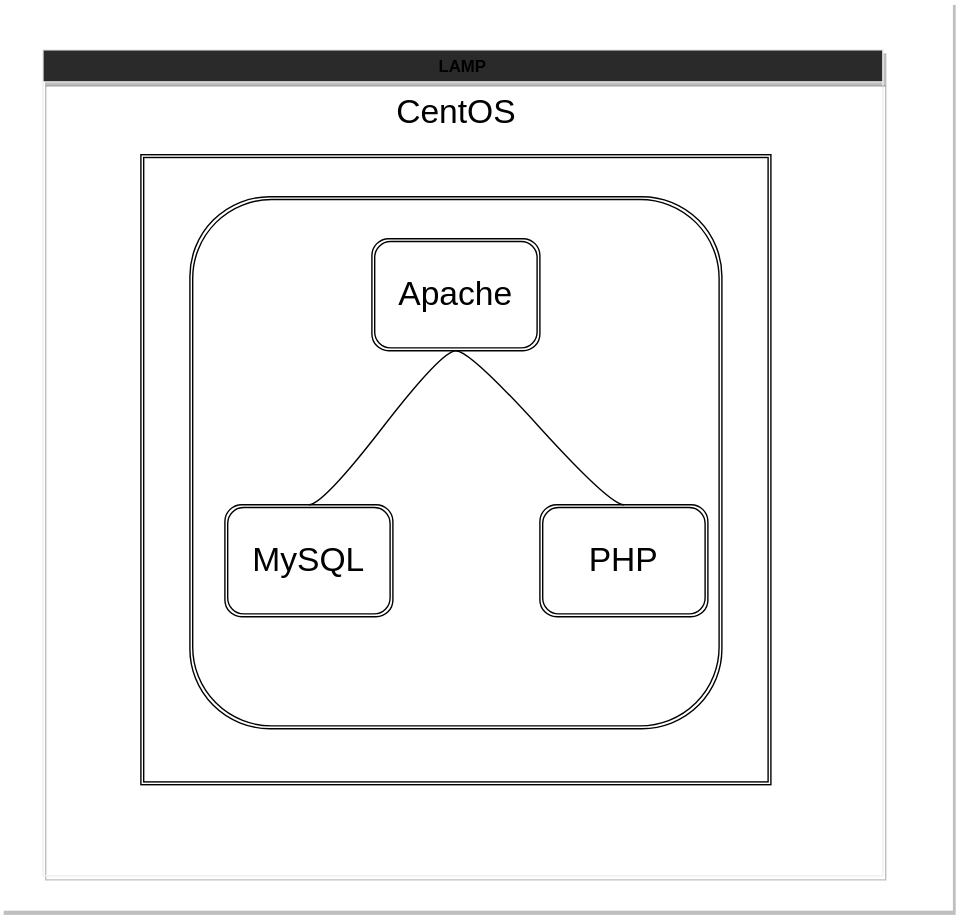
The draw.io diagram basic_server/basic_server.drawio.svg in ECCNetLab/problems, before a commit. Source tidied: cells renumbered, new cells last; positions are measured from the earlier drawing's top-left corner, leaving out a move shared by most shapes.
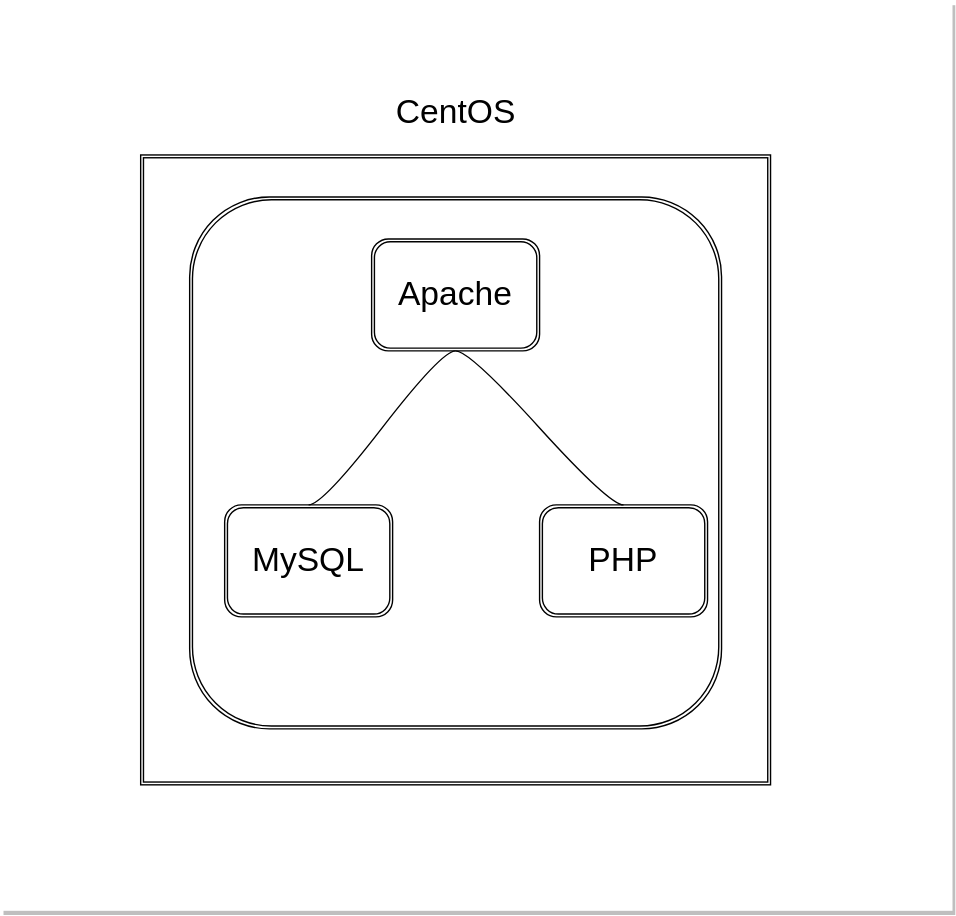
The same file after the commit.

What changed in the source:
```diff
@@ -29,8 +29,5 @@
     <mxCell id="10" style="edgeStyle=entityRelationEdgeStyle;startArrow=none;endArrow=none;segment=10;curved=1;fontSize=24;exitX=0.5;exitY=0;exitDx=0;exitDy=0;entryX=0.5;entryY=1;entryDx=0;entryDy=0;" parent="1" edge="1" source="7" target="6">
       <mxGeometry relative="1" as="geometry" />
     </mxCell>
-    <mxCell id="11" value="LAMP" style="swimlane;shadow=1;strokeColor=#F0F0F0;fillColor=#2A2A2A;" parent="1" vertex="1">
-      <mxGeometry x="30" y="35" width="600" height="590" as="geometry" />
-    </mxCell>
   </root>
 </mxGraphModel>
```
